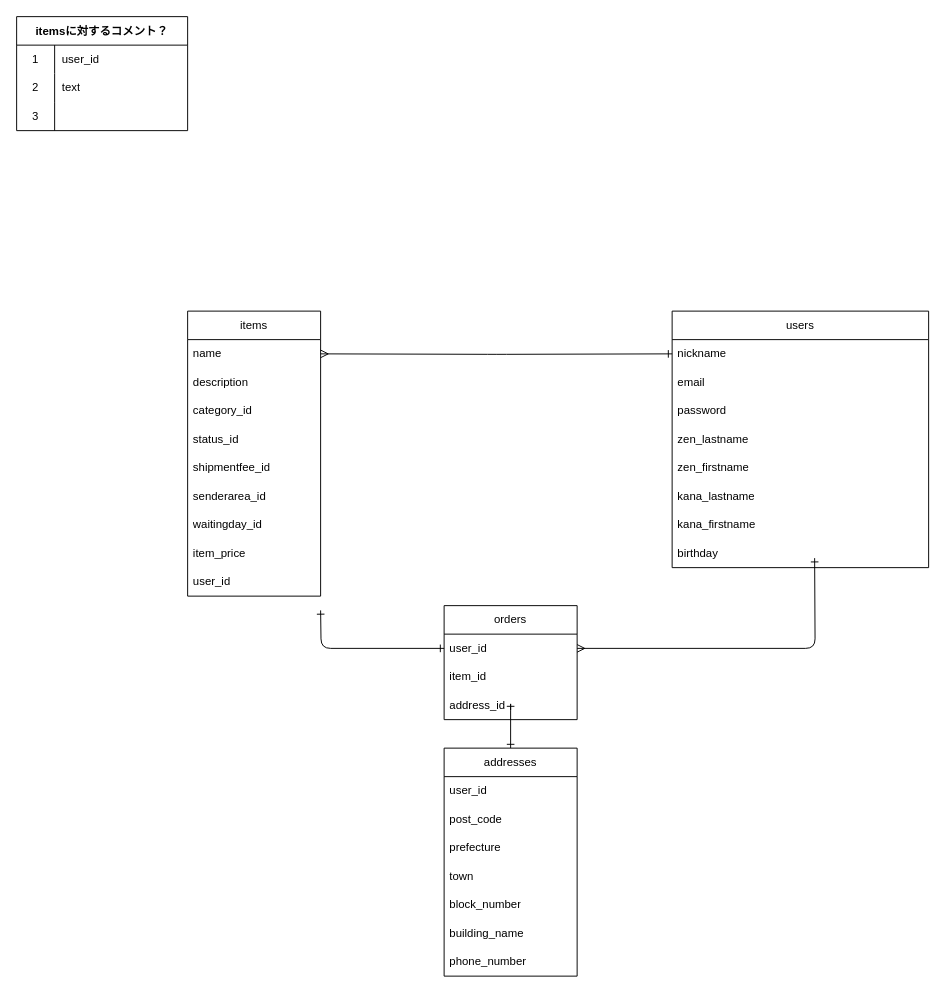
Before: table.dio in natsumi1651/furima-39606, a draw.io diagram. Source tidied: cells renumbered, new cells numbered last; positions are measured from the earlier drawing's top-left corner, leaving out a move shared by most shapes. Both pictures are drawn from the tidied source at 95%, with x=0, y=0 at pixel (16, 16).
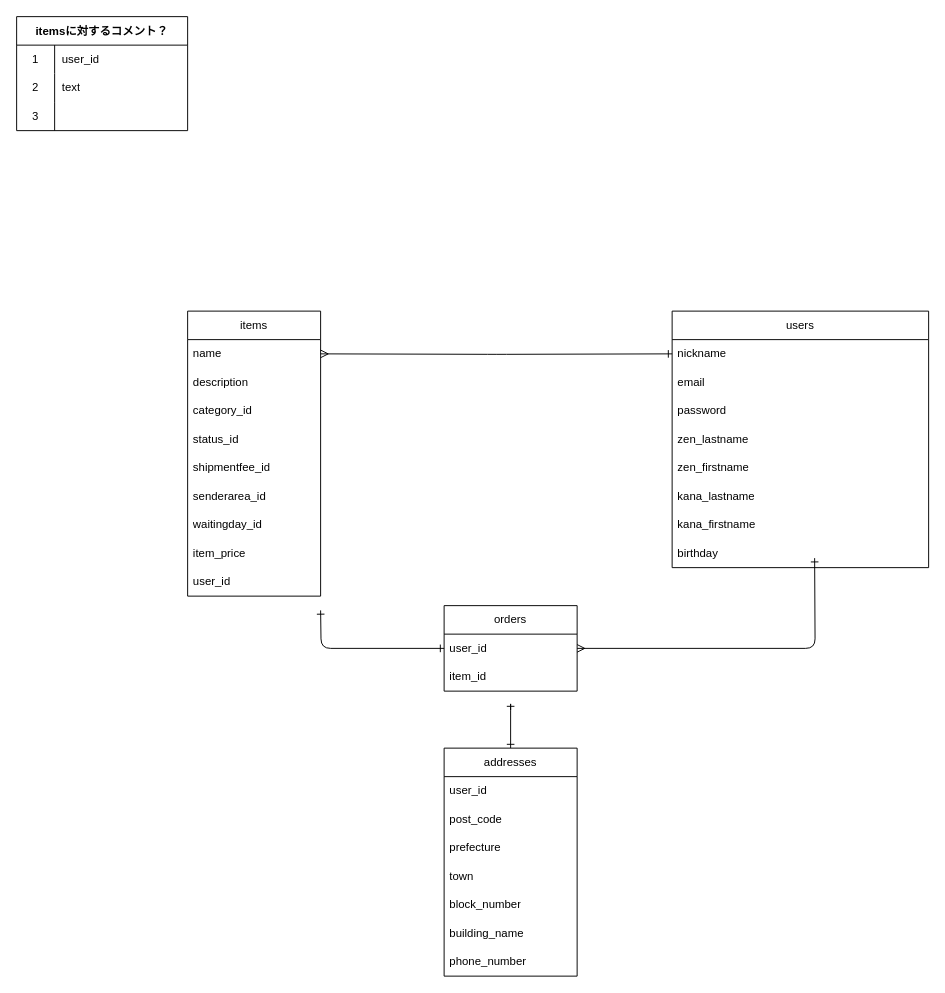
The same diagram, later.

The edit, as a diff of the source:
```diff
@@
     <mxCell id="21" value="orders" style="swimlane;fontStyle=0;horizontal=1;startSize=30;whiteSpace=wrap;html=1;" parent="1" vertex="1">
-      <mxGeometry x="450" y="620" width="140" height="120" as="geometry" />
+      <mxGeometry x="450" y="620" width="140" height="90" as="geometry" />
     </mxCell>
@@
-    <mxCell id="24" value="address_id" style="text;strokeColor=none;fillColor=none;align=left;verticalAlign=middle;spacingLeft=4;spacingRight=4;overflow=hidden;whiteSpace=wrap;html=1;" parent="21" vertex="1">
-      <mxGeometry y="90" width="140" height="30" as="geometry" />
-    </mxCell>
```
